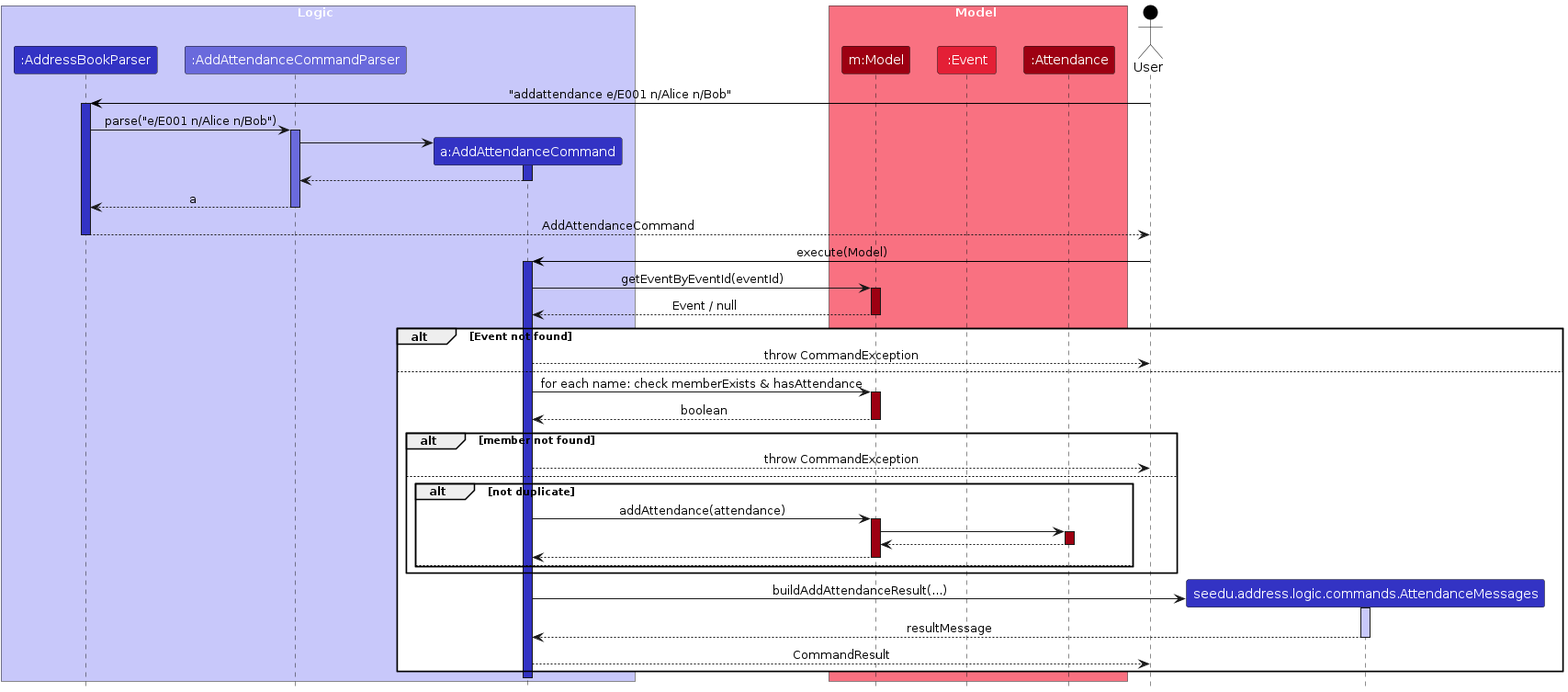
Earlier version of the PlantUML export diagrams/AttendanceSequenceDiagram.png (AY2526S1-CS2103T-T10-3/tp). Its source is kept beside it as diagrams/AttendanceSequenceDiagram.puml.
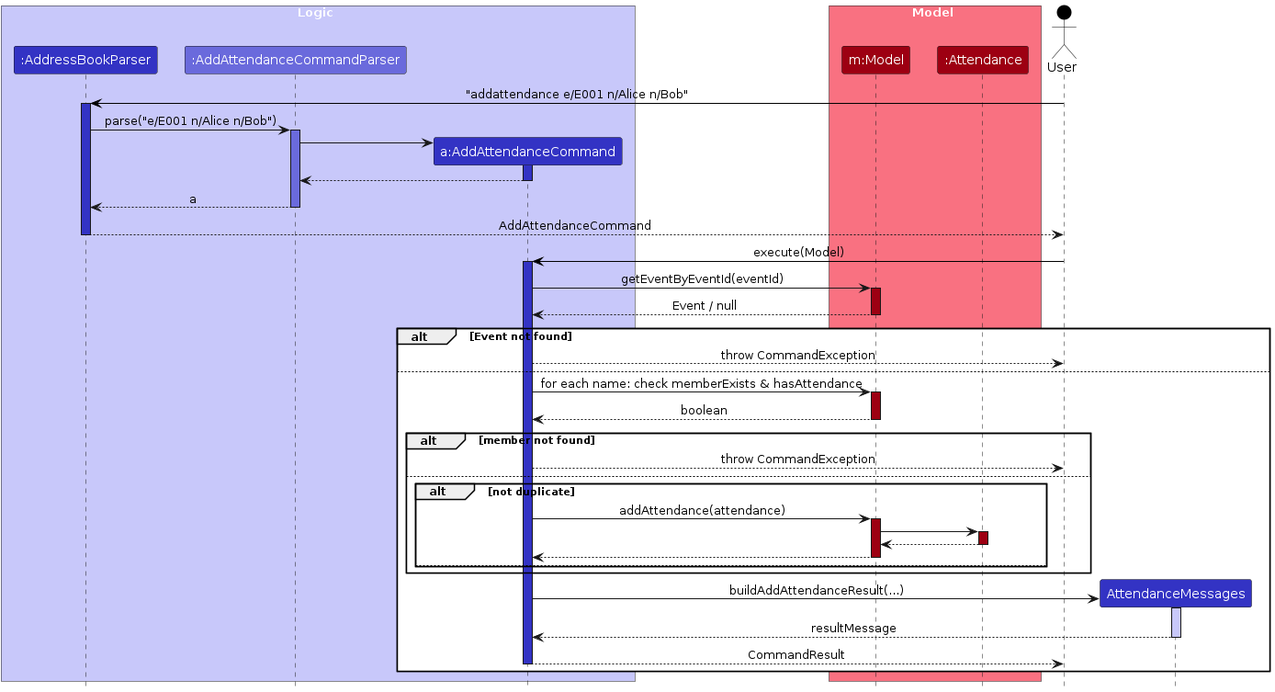
Above is the later version.

The edit, as a diff of the source:
```diff
@@ -10,7 +10,6 @@
 
 box Model MODEL_COLOR_T1
 participant "m:Model" as Model MODEL_COLOR
-participant ":Event" as Event MODEL_COLOR_T2
 participant ":Attendance" as Attendance MODEL_COLOR
 end box
 
@@ -68,13 +67,15 @@
         end
     end
 
-    create "seedu.address.logic.commands.AttendanceMessages" as Messages LOGIC_COLOR
+    create "AttendanceMessages" as Messages LOGIC_COLOR
     AddAttendanceCommand -> Messages : buildAddAttendanceResult(...)
     activate Messages LOGIC_COLOR_T1
     Messages --> AddAttendanceCommand : resultMessage
     deactivate Messages
 
     AddAttendanceCommand --> User : CommandResult
+    deactivate AddAttendanceCommand
 end
+
 deactivate AddAttendanceCommand
 @enduml
```
